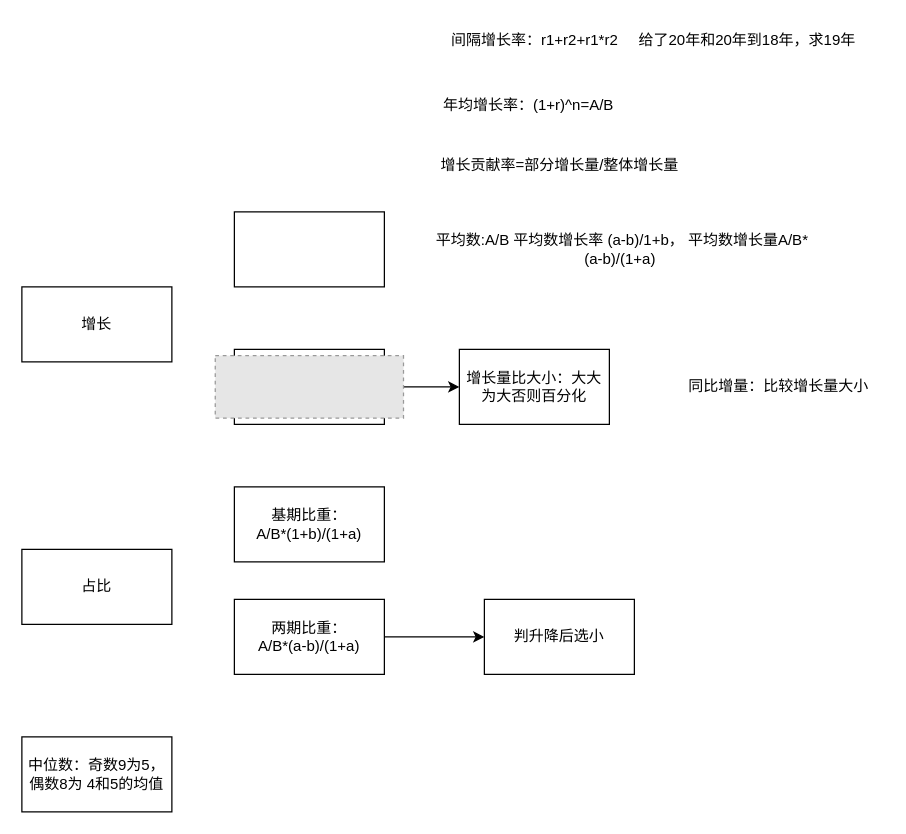
Above: 未命名绘图.drawio in cguank/- (draw.io), before the change. Source tidied: cells renumbered, new cells numbered last; positions are measured from the earlier drawing's top-left corner, leaving out a move shared by most shapes. Both pictures are drawn from the tidied source at 125%, with x=0, y=0 at pixel (21, 21). Pictures stored in the file or linked from it are replaced by grey dashed boxes.
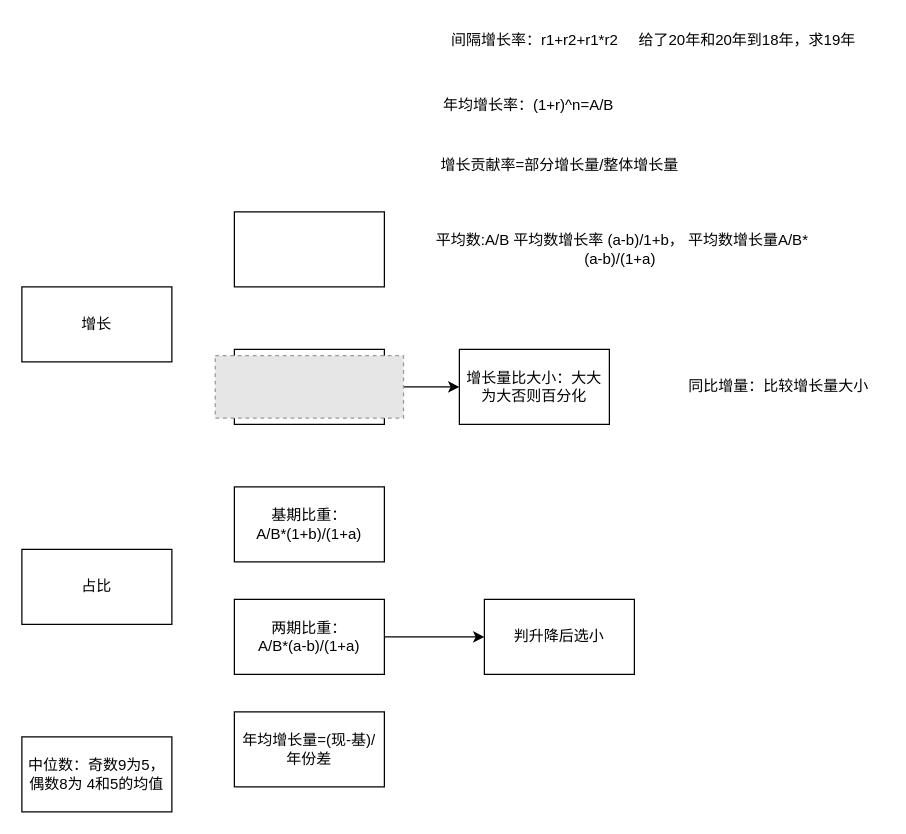
The same page after the edit.

Commit message:
更新未命名绘图.drawio

Diff of the diagram source:
```diff
@@
+    <mxCell id="20" value="年均增长量=(现-基)/年份差" style="whiteSpace=wrap;html=1;" parent="1" vertex="1">
+      <mxGeometry x="170" y="552" width="120" height="60" as="geometry" />
+    </mxCell>
```
